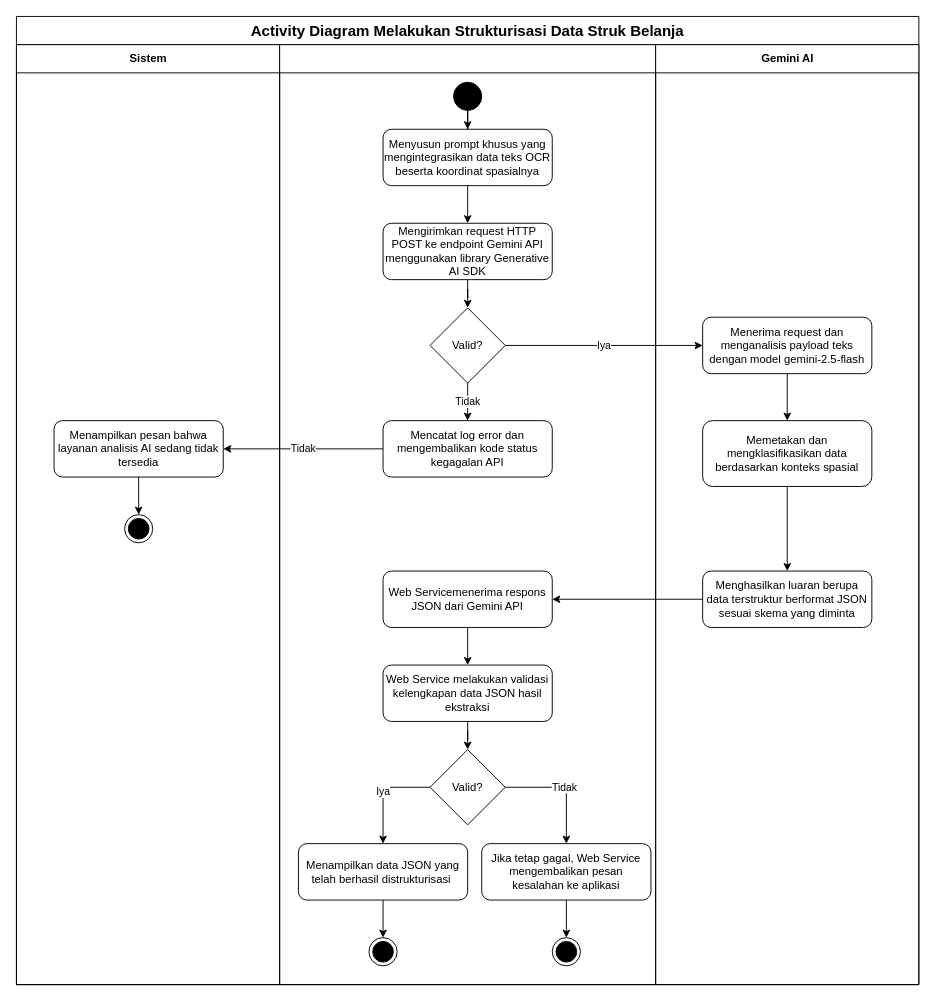
randy-ar/snap-notes-docs keeps this draw.io diagram as docs/UML/activity_diagram/07_activity_diagram_melakukan_strukturisasi_data_struk_belanja.drawio. Above is the earlier version. Source tidied: cells renumbered, new cells numbered last; positions are measured from the earlier drawing's top-left corner, leaving out a move shared by most shapes. Both pictures are drawn from the tidied source at 94%, with x=0, y=0 at pixel (16, 16).
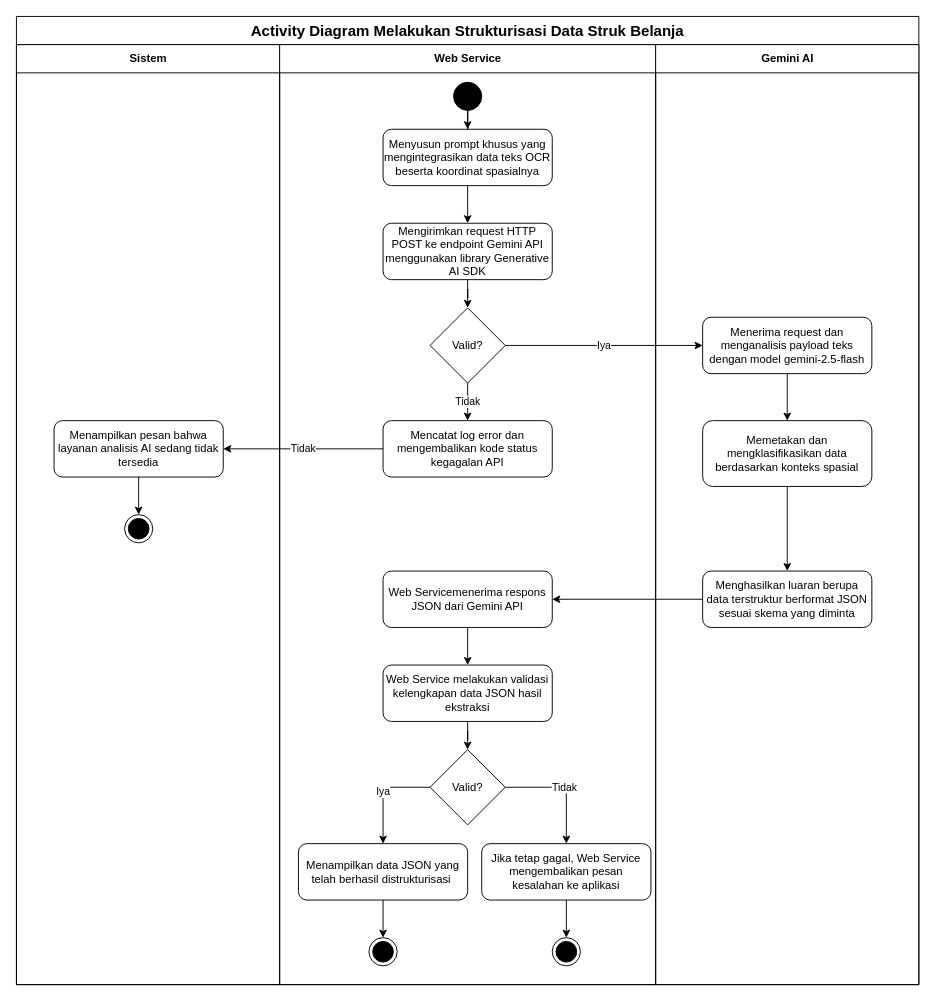
Above is the later version.

The change refers to these unchanged cells:
```xml
<mxCell id="2" value="&lt;span style=&quot;font-weight:700;font-size:12pt;&quot;&gt;Activity Diagram Melakukan Strukturisasi Data Struk Belanja&lt;/span&gt;" style="swimlane;html=1;startSize=30;whiteSpace=wrap;" parent="1" vertex="1">
  <mxGeometry width="960" height="1030" as="geometry" />
</mxCell>
```

The edit, as a diff of the source:
```diff
@@
-    <mxCell id="6" value=" " style="swimlane;html=1;startSize=30;" parent="2" vertex="1">
+    <mxCell id="6" value="Web Service" style="swimlane;html=1;startSize=30;" parent="2" vertex="1">
       <mxGeometry x="280" y="30" width="400" height="1000" as="geometry" />
     </mxCell>
```
